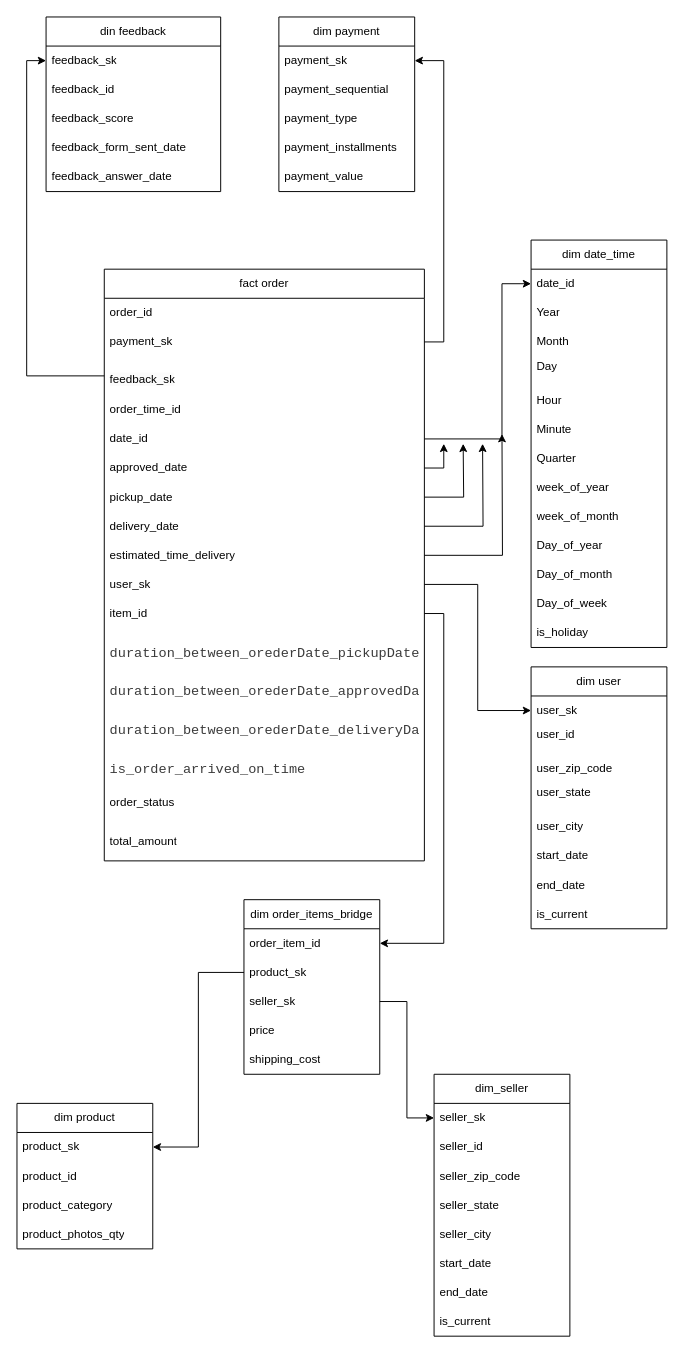
Above: retail_data_project_OLAP .drawio in Esayed4/DWH-project-retail_data_project (draw.io), before the change. Source tidied: cells renumbered, new cells numbered last; positions are measured from the earlier drawing's top-left corner, leaving out a move shared by most shapes. Both pictures are drawn from the tidied source at 97%, with x=0, y=0 at pixel (16, 16).
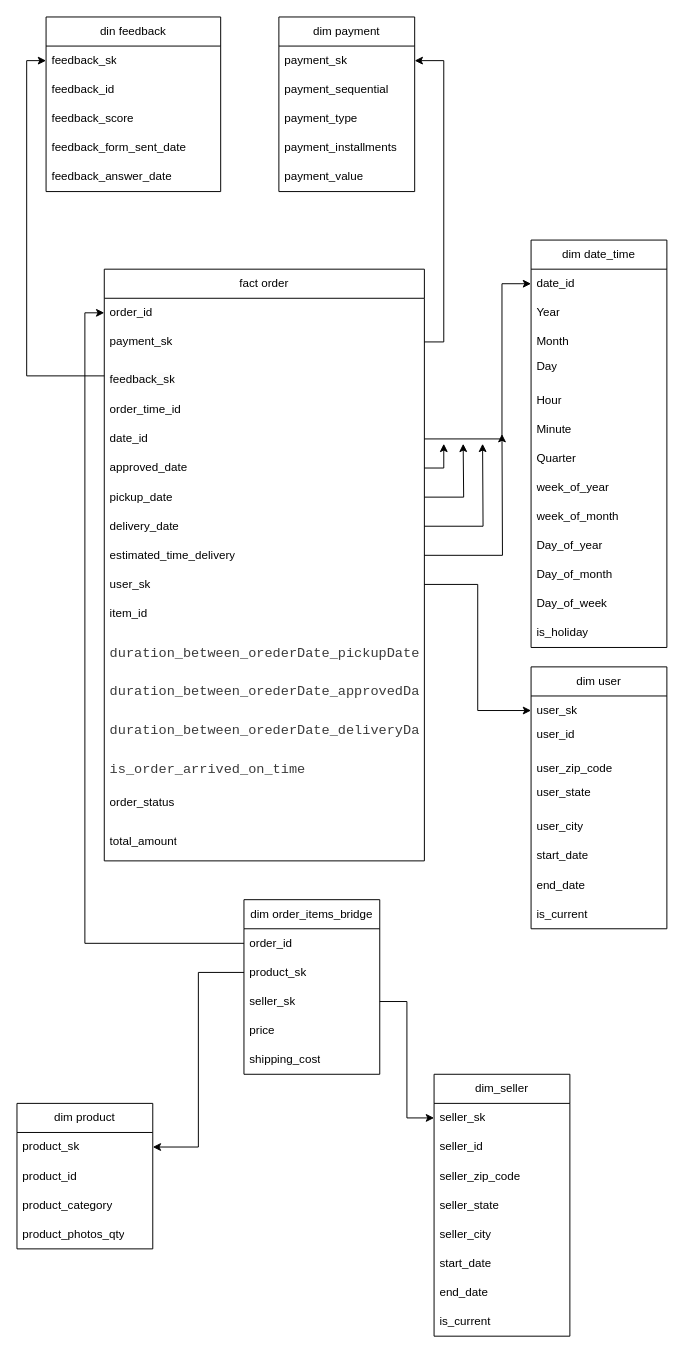
Above is the later version.

Commit message (it also covers changes not shown here):
i had a Typo in OLAP

Unchanged cells that the change refers to:
```xml
<mxCell id="33" value="order_id" style="text;strokeColor=none;fillColor=none;align=left;verticalAlign=middle;spacingLeft=4;spacingRight=4;overflow=hidden;points=[[0,0.5],[1,0.5]];portConstraint=eastwest;whiteSpace=wrap;html=1;" parent="32" vertex="1">
  <mxGeometry y="30" width="330" height="30" as="geometry" />
</mxCell>
<mxCell id="47" value="item_id" style="text;strokeColor=none;fillColor=none;align=left;verticalAlign=middle;spacingLeft=4;spacingRight=4;overflow=hidden;points=[[0,0.5],[1,0.5]];portConstraint=eastwest;whiteSpace=wrap;html=1;" parent="32" vertex="1">
  <mxGeometry y="340" width="330" height="30" as="geometry" />
</mxCell>
<mxCell id="60" value="dim order_items_bridge" style="swimlane;fontStyle=0;horizontal=1;startSize=30;whiteSpace=wrap;html=1;" parent="1" vertex="1">
  <mxGeometry x="234" y="910" width="140" height="180" as="geometry" />
</mxCell>
```

Diff of the diagram source:
```diff
@@
-    <mxCell id="61" value="order_item_id" style="text;strokeColor=none;fillColor=none;align=left;verticalAlign=middle;spacingLeft=4;spacingRight=4;overflow=hidden;points=[[0,0.5],[1,0.5]];portConstraint=eastwest;whiteSpace=wrap;html=1;" parent="60" vertex="1">
+    <mxCell id="61" value="order_id" style="text;strokeColor=none;fillColor=none;align=left;verticalAlign=middle;spacingLeft=4;spacingRight=4;overflow=hidden;points=[[0,0.5],[1,0.5]];portConstraint=eastwest;whiteSpace=wrap;html=1;" parent="60" vertex="1">
       <mxGeometry y="30" width="140" height="30" as="geometry" />
     </mxCell>
@@
-    <mxCell id="87" style="edgeStyle=orthogonalEdgeStyle;rounded=0;jettySize=auto;html=1;exitX=1;exitY=0.5;exitDx=0;exitDy=0;entryX=1;entryY=0.5;entryDx=0;entryDy=0;" parent="1" edge="1" source="47" target="61">
-      <mxGeometry relative="1" as="geometry" />
-    </mxCell>
+    <mxCell id="88" style="edgeStyle=orthogonalEdgeStyle;rounded=0;jettySize=auto;html=1;exitX=0;exitY=0.5;exitDx=0;exitDy=0;entryX=0;entryY=0.5;entryDx=0;entryDy=0;" parent="1" edge="1" source="61" target="33">
+      <mxGeometry relative="1" as="geometry" />
+    </mxCell>
```
